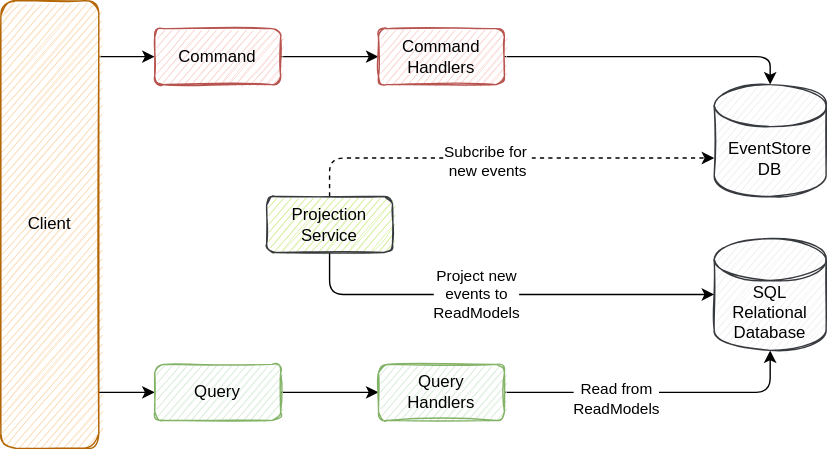
Before: architecture.svg, a diagram exported from draw.io (eamsdev/MiniESS). Source tidied: cells renumbered, new cells last; positions are measured from the earlier drawing's top-left corner, leaving out a move shared by most shapes.
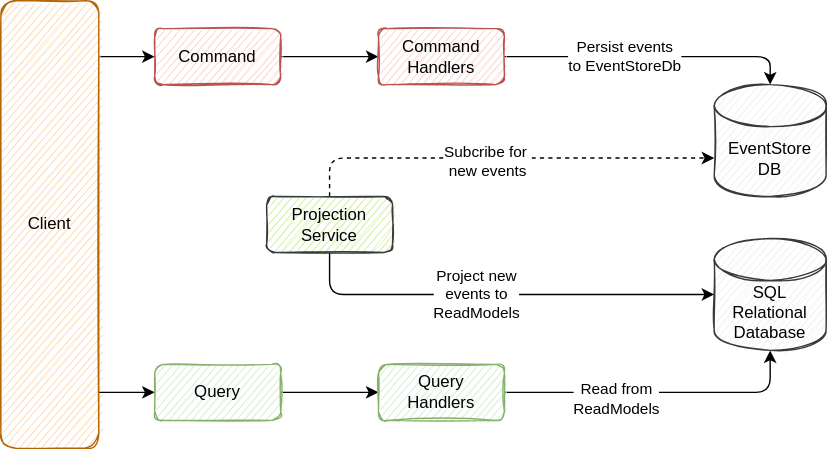
The same file after the commit.

The edit, as a diff of the source:
```diff
@@ -46,6 +46,9 @@
         </Array>
       </mxGeometry>
     </mxCell>
+    <mxCell id="21" value="Persist events&lt;br&gt;to EventStoreDb" style="edgeLabel;html=1;align=center;verticalAlign=middle;" parent="11" vertex="1">
+      <mxGeometry x="-0.19" y="1" relative="1" as="geometry" />
+    </mxCell>
     <mxCell id="12" value="Command&lt;br&gt;Handlers" style="rounded=1;whiteSpace=wrap;html=1;fillColor=#f8cecc;strokeColor=#b85450;glass=0;sketch=1;shadow=0;" parent="1" vertex="1">
       <mxGeometry x="270" y="20" width="90" height="40" as="geometry" />
     </mxCell>
```
